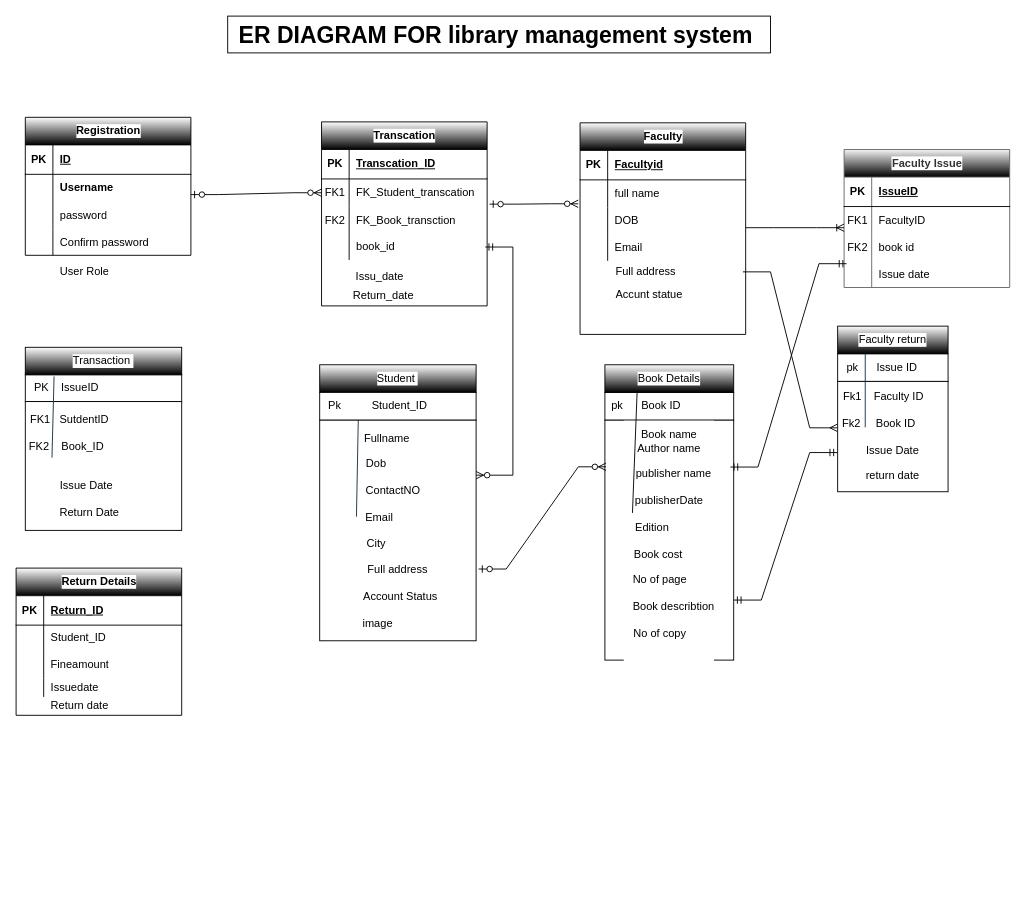
Above: Untitled Diagram.drawio in jaweid123/Library_DBMS_MANAGEM_SYSTEMENT- (draw.io), before the change. Source tidied: cells renumbered, new cells numbered last; positions are measured from the earlier drawing's top-left corner, leaving out a move shared by most shapes. Both pictures are drawn from the tidied source at 92%, with x=0, y=0 at pixel (16, 16).
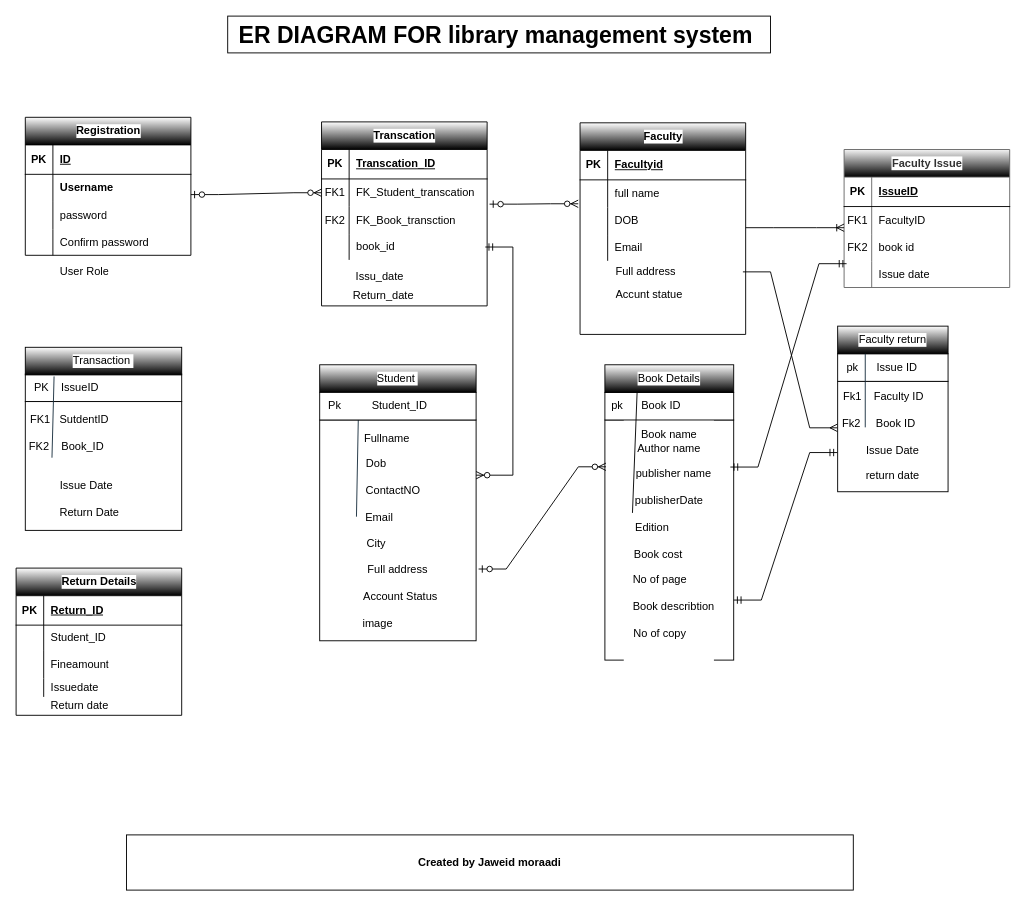
The same page after the edit.

What changed in the source:
```diff
@@
+    <mxCell id="107" value="&lt;b style=&quot;&quot;&gt;Created by Jaweid moraadi&lt;/b&gt;" style="rounded=0;whiteSpace=wrap;html=1;" parent="1" vertex="1">
+      <mxGeometry x="120" y="890" width="790" height="60" as="geometry" />
+    </mxCell>
```
